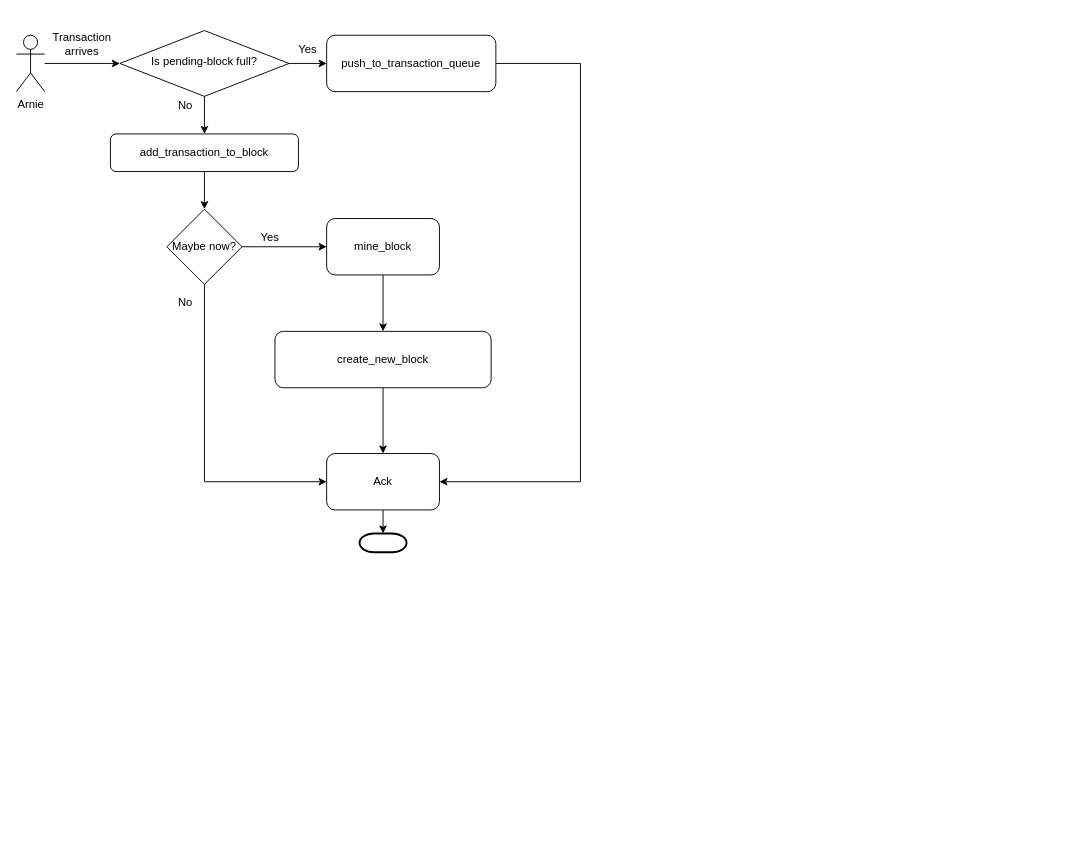
The draw.io diagram transaction_arrival.drawio in georgevidalakis/noobcash-blockchain, before the edit. Source tidied: cells renumbered, new cells numbered last; positions are measured from the earlier drawing's top-left corner, leaving out a move shared by most shapes. Both pictures are drawn from the tidied source at 94%, with x=0, y=0 at pixel (16, 30).
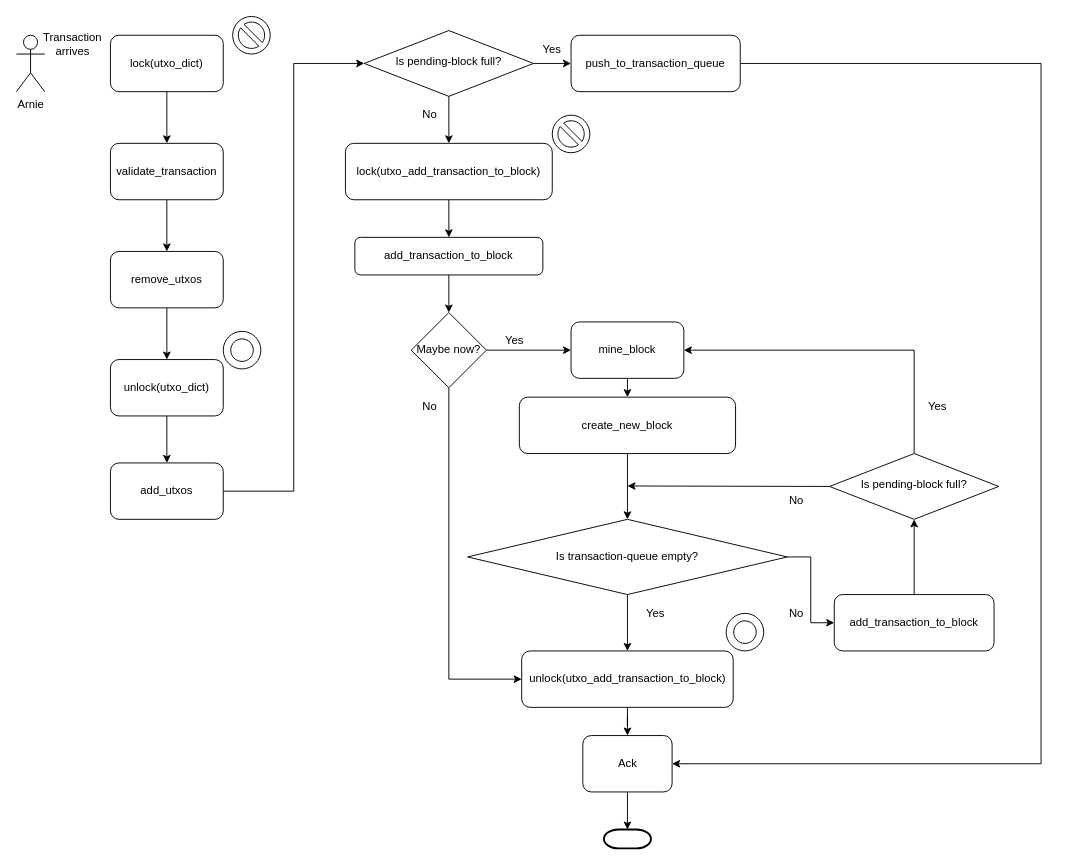
The same page after the edit.

Commit message (it also covers changes not shown here):
receive/create transaction UMLS + (some code), locks

The change refers to these unchanged cells:
```xml
<mxCell id="8" value="Arnie" style="shape=umlActor;verticalLabelPosition=bottom;labelBackgroundColor=#ffffff;verticalAlign=top;html=1;outlineConnect=0;" parent="1" vertex="1">
  <mxGeometry y="5" width="30" height="60" as="geometry" />
</mxCell>
```

The edit, as a diff of the source:
```diff
@@
     <mxCell id="3" value="add_transaction_to_block" style="rounded=1;whiteSpace=wrap;html=1;fontSize=12;glass=0;strokeWidth=1;shadow=0;" parent="1" vertex="1">
-      <mxGeometry x="100" y="110" width="200" height="40" as="geometry" />
+      <mxGeometry x="360" y="220" width="200" height="40" as="geometry" />
     </mxCell>
-    <mxCell id="4" style="edgeStyle=orthogonalEdgeStyle;rounded=0;jettySize=auto;html=1;exitX=0.5;exitY=1;exitDx=0;exitDy=0;entryX=0.5;entryY=0;entryDx=0;entryDy=0;" parent="1" edge="1" source="6" target="3">
-      <mxGeometry relative="1" as="geometry" />
-    </mxCell>
@@
+    <mxCell id="26" style="edgeStyle=orthogonalEdgeStyle;rounded=0;jettySize=auto;html=1;" parent="1" edge="1" source="6" target="43">
+      <mxGeometry relative="1" as="geometry" />
+    </mxCell>
     <mxCell id="6" value="Is pending-block full?" style="rhombus;whiteSpace=wrap;html=1;shadow=0;fontFamily=Helvetica;fontSize=12;align=center;strokeWidth=1;spacing=6;spacingTop=-4;" parent="1" vertex="1">
-      <mxGeometry x="110" width="180" height="70" as="geometry" />
+      <mxGeometry x="370" width="180" height="70" as="geometry" />
     </mxCell>
-    <mxCell id="7" style="edgeStyle=orthogonalEdgeStyle;rounded=0;jettySize=auto;html=1;entryX=0;entryY=0.5;entryDx=0;entryDy=0;" parent="1" edge="1" source="8" target="6">
-      <mxGeometry relative="1" as="geometry" />
-    </mxCell>
@@
     <mxCell id="9" value="Transaction arrives" style="text;html=1;strokeColor=none;fillColor=none;align=center;verticalAlign=middle;whiteSpace=wrap;rounded=0;" parent="1" vertex="1">
-      <mxGeometry x="50" y="5" width="40" height="20" as="geometry" />
+      <mxGeometry x="40" y="5" width="40" height="20" as="geometry" />
     </mxCell>
     <mxCell id="10" value="No" style="text;html=1;strokeColor=none;fillColor=none;align=center;verticalAlign=middle;whiteSpace=wrap;rounded=0;" parent="1" vertex="1">
-      <mxGeometry x="160" y="70" width="40" height="20" as="geometry" />
+      <mxGeometry x="420" y="80" width="40" height="20" as="geometry" />
     </mxCell>
@@
     <mxCell id="13" value="Maybe now?" style="rhombus;whiteSpace=wrap;html=1;" parent="1" vertex="1">
-      <mxGeometry x="160" y="190" width="80" height="80" as="geometry" />
+      <mxGeometry x="420" y="300" width="80" height="80" as="geometry" />
     </mxCell>
     <mxCell id="14" value="Yes" style="text;html=1;strokeColor=none;fillColor=none;align=center;verticalAlign=middle;whiteSpace=wrap;rounded=0;" parent="1" vertex="1">
-      <mxGeometry x="250" y="210" width="40" height="20" as="geometry" />
+      <mxGeometry x="510" y="320" width="40" height="20" as="geometry" />
     </mxCell>
@@
     <mxCell id="16" value="mine_block" style="rounded=1;whiteSpace=wrap;html=1;" parent="1" vertex="1">
-      <mxGeometry x="330" y="200" width="120" height="60" as="geometry" />
+      <mxGeometry x="590" y="310" width="120" height="60" as="geometry" />
     </mxCell>
-    <mxCell id="17" style="edgeStyle=orthogonalEdgeStyle;rounded=0;jettySize=auto;html=1;exitX=0.5;exitY=1;exitDx=0;exitDy=0;entryX=0.5;entryY=0;entryDx=0;entryDy=0;" parent="1" edge="1" source="18" target="24">
-      <mxGeometry relative="1" as="geometry" />
-    </mxCell>
+    <mxCell id="27" style="edgeStyle=orthogonalEdgeStyle;rounded=0;jettySize=auto;html=1;" parent="1" edge="1" source="18" target="47">
+      <mxGeometry relative="1" as="geometry" />
+    </mxCell>
     <mxCell id="18" value="create_new_block" style="rounded=1;whiteSpace=wrap;html=1;" parent="1" vertex="1">
-      <mxGeometry x="275" y="320" width="230" height="60" as="geometry" />
+      <mxGeometry x="535" y="390" width="230" height="60" as="geometry" />
     </mxCell>
-    <mxCell id="19" style="edgeStyle=orthogonalEdgeStyle;rounded=0;jettySize=auto;html=1;entryX=1;entryY=0.5;entryDx=0;entryDy=0;" parent="1" edge="1" source="20" target="24">
-      <mxGeometry relative="1" as="geometry">
-        <Array as="points">
-          <mxPoint x="600" y="35" />
-          <mxPoint x="600" y="480" />
-        </Array>
-      </mxGeometry>
-    </mxCell>
+    <mxCell id="28" style="edgeStyle=orthogonalEdgeStyle;rounded=0;jettySize=auto;html=1;exitX=1;exitY=0.5;exitDx=0;exitDy=0;entryX=1;entryY=0.5;entryDx=0;entryDy=0;" parent="1" edge="1" source="20" target="58">
+      <mxGeometry relative="1" as="geometry">
+        <Array as="points">
+          <mxPoint x="1090" y="35" />
+          <mxPoint x="1090" y="780" />
+        </Array>
+      </mxGeometry>
+    </mxCell>
     <mxCell id="20" value="push_to_transaction_queue" style="rounded=1;whiteSpace=wrap;html=1;" parent="1" vertex="1">
-      <mxGeometry x="330" y="5" width="180" height="60" as="geometry" />
+      <mxGeometry x="590" y="5" width="180" height="60" as="geometry" />
     </mxCell>
     <mxCell id="21" value="No" style="text;html=1;strokeColor=none;fillColor=none;align=center;verticalAlign=middle;whiteSpace=wrap;rounded=0;" parent="1" vertex="1">
-      <mxGeometry x="160" y="280" width="40" height="20" as="geometry" />
+      <mxGeometry x="420" y="390" width="40" height="20" as="geometry" />
     </mxCell>
     <mxCell id="22" style="strokeWidth=2;html=1;shape=mxgraph.flowchart.terminator;whiteSpace=wrap;" parent="1" vertex="1">
-      <mxGeometry x="365" y="535" width="50" height="20" as="geometry" />
+      <mxGeometry x="625" y="850" width="50" height="20" as="geometry" />
     </mxCell>
-    <mxCell id="23" style="edgeStyle=orthogonalEdgeStyle;rounded=0;jettySize=auto;html=1;exitX=0.5;exitY=1;exitDx=0;exitDy=0;entryX=0.5;entryY=0;entryDx=0;entryDy=0;entryPerimeter=0;" parent="1" edge="1" source="24" target="22">
-      <mxGeometry relative="1" as="geometry" />
-    </mxCell>
+    <mxCell id="29" style="edgeStyle=orthogonalEdgeStyle;rounded=0;jettySize=auto;html=1;" parent="1" edge="1" source="24" target="58">
+      <mxGeometry relative="1" as="geometry" />
+    </mxCell>
-    <mxCell id="24" value="Ack" style="rounded=1;whiteSpace=wrap;html=1;" parent="1" vertex="1">
-      <mxGeometry x="330" y="450" width="120" height="60" as="geometry" />
+    <mxCell id="24" value="unlock(utxo_add_transaction_to_block)" style="rounded=1;whiteSpace=wrap;html=1;" parent="1" vertex="1">
+      <mxGeometry x="537.5" y="660" width="225" height="60" as="geometry" />
     </mxCell>
     <mxCell id="25" value="Yes" style="text;html=1;strokeColor=none;fillColor=none;align=center;verticalAlign=middle;whiteSpace=wrap;rounded=0;" parent="1" vertex="1">
-      <mxGeometry x="290" y="10" width="40" height="20" as="geometry" />
+      <mxGeometry x="550" y="10" width="40" height="20" as="geometry" />
     </mxCell>
+    <mxCell id="30" style="edgeStyle=orthogonalEdgeStyle;rounded=0;jettySize=auto;html=1;exitX=0.5;exitY=1;exitDx=0;exitDy=0;" parent="1" edge="1" source="31" target="33">
+      <mxGeometry relative="1" as="geometry" />
+    </mxCell>
+    <mxCell id="31" value="validate_transaction" style="rounded=1;whiteSpace=wrap;html=1;" parent="1" vertex="1">
+      <mxGeometry x="100" y="120" width="120" height="60" as="geometry" />
+    </mxCell>
+    <mxCell id="32" style="edgeStyle=orthogonalEdgeStyle;rounded=0;jettySize=auto;html=1;exitX=0.5;exitY=1;exitDx=0;exitDy=0;entryX=0.5;entryY=0;entryDx=0;entryDy=0;" parent="1" edge="1" source="33" target="40">
+      <mxGeometry relative="1" as="geometry" />
+    </mxCell>
+    <mxCell id="33" value="remove_utxos" style="rounded=1;whiteSpace=wrap;html=1;" parent="1" vertex="1">
+      <mxGeometry x="100" y="235" width="120" height="60" as="geometry" />
+    </mxCell>
+    <mxCell id="34" style="edgeStyle=orthogonalEdgeStyle;rounded=0;jettySize=auto;html=1;exitX=1;exitY=0.5;exitDx=0;exitDy=0;entryX=0;entryY=0.5;entryDx=0;entryDy=0;" parent="1" edge="1" source="35" target="6">
+      <mxGeometry relative="1" as="geometry" />
+    </mxCell>
+    <mxCell id="35" value="add_utxos" style="rounded=1;whiteSpace=wrap;html=1;" parent="1" vertex="1">
+      <mxGeometry x="100" y="460" width="120" height="60" as="geometry" />
+    </mxCell>
+    <mxCell id="36" style="verticalLabelPosition=bottom;verticalAlign=top;html=1;shape=mxgraph.basic.no_symbol;" parent="1" vertex="1">
+      <mxGeometry x="230" y="-15" width="40" height="40" as="geometry" />
+    </mxCell>
+    <mxCell id="37" style="edgeStyle=orthogonalEdgeStyle;rounded=0;jettySize=auto;html=1;exitX=0.5;exitY=1;exitDx=0;exitDy=0;" parent="1" edge="1" source="38" target="31">
+      <mxGeometry relative="1" as="geometry" />
+    </mxCell>
+    <mxCell id="38" value="lock(utxo_dict)" style="rounded=1;whiteSpace=wrap;html=1;" parent="1" vertex="1">
+      <mxGeometry x="100" y="5" width="120" height="60" as="geometry" />
+    </mxCell>
+    <mxCell id="39" style="edgeStyle=orthogonalEdgeStyle;rounded=0;jettySize=auto;html=1;" parent="1" edge="1" source="40" target="35">
+      <mxGeometry relative="1" as="geometry" />
+    </mxCell>
+    <mxCell id="40" value="unlock(utxo_dict)" style="rounded=1;whiteSpace=wrap;html=1;" parent="1" vertex="1">
+      <mxGeometry x="100" y="350" width="120" height="60" as="geometry" />
+    </mxCell>
+    <mxCell id="41" style="verticalLabelPosition=bottom;verticalAlign=top;html=1;shape=mxgraph.basic.donut;dx=8;" parent="1" vertex="1">
+      <mxGeometry x="220" y="320" width="40" height="40" as="geometry" />
+    </mxCell>
+    <mxCell id="42" style="edgeStyle=orthogonalEdgeStyle;rounded=0;jettySize=auto;html=1;" parent="1" edge="1" source="43" target="3">
+      <mxGeometry relative="1" as="geometry" />
+    </mxCell>
+    <mxCell id="43" value="lock(utxo_add_transaction_to_block)" style="rounded=1;whiteSpace=wrap;html=1;" parent="1" vertex="1">
+      <mxGeometry x="350" y="120" width="220" height="60" as="geometry" />
+    </mxCell>
+    <mxCell id="44" style="verticalLabelPosition=bottom;verticalAlign=top;html=1;shape=mxgraph.basic.no_symbol;" parent="1" vertex="1">
+      <mxGeometry x="570" y="90" width="40" height="40" as="geometry" />
+    </mxCell>
+    <mxCell id="45" style="edgeStyle=orthogonalEdgeStyle;rounded=0;jettySize=auto;html=1;" parent="1" edge="1" source="47" target="24">
+      <mxGeometry relative="1" as="geometry" />
+    </mxCell>
+    <mxCell id="46" style="edgeStyle=orthogonalEdgeStyle;rounded=0;jettySize=auto;html=1;" parent="1" edge="1" source="47" target="50">
+      <mxGeometry relative="1" as="geometry" />
+    </mxCell>
+    <mxCell id="47" value="Is transaction-queue empty?" style="rhombus;whiteSpace=wrap;html=1;" parent="1" vertex="1">
+      <mxGeometry x="480" y="520" width="340" height="80" as="geometry" />
+    </mxCell>
+    <mxCell id="48" value="Yes" style="text;html=1;strokeColor=none;fillColor=none;align=center;verticalAlign=middle;whiteSpace=wrap;rounded=0;" parent="1" vertex="1">
+      <mxGeometry x="660" y="610" width="40" height="20" as="geometry" />
+    </mxCell>
+    <mxCell id="49" style="edgeStyle=orthogonalEdgeStyle;rounded=0;jettySize=auto;html=1;" parent="1" edge="1" source="50" target="53">
+      <mxGeometry relative="1" as="geometry" />
+    </mxCell>
+    <mxCell id="50" value="add_transaction_to_block" style="rounded=1;whiteSpace=wrap;html=1;" parent="1" vertex="1">
+      <mxGeometry x="870" y="600" width="170" height="60" as="geometry" />
+    </mxCell>
+    <mxCell id="51" style="edgeStyle=orthogonalEdgeStyle;rounded=0;jettySize=auto;html=1;exitX=0.5;exitY=0;exitDx=0;exitDy=0;entryX=1;entryY=0.5;entryDx=0;entryDy=0;" parent="1" edge="1" source="53" target="16">
+      <mxGeometry relative="1" as="geometry" />
+    </mxCell>
+    <mxCell id="52" style="edgeStyle=orthogonalEdgeStyle;rounded=0;jettySize=auto;html=1;exitX=0;exitY=0.5;exitDx=0;exitDy=0;" parent="1" edge="1" source="53">
+      <mxGeometry relative="1" as="geometry">
+        <mxPoint x="650" y="484.5" as="targetPoint" />
+      </mxGeometry>
+    </mxCell>
+    <mxCell id="53" value="Is pending-block full?" style="rhombus;whiteSpace=wrap;html=1;shadow=0;fontFamily=Helvetica;fontSize=12;align=center;strokeWidth=1;spacing=6;spacingTop=-4;" parent="1" vertex="1">
+      <mxGeometry x="865" y="450" width="180" height="70" as="geometry" />
+    </mxCell>
+    <mxCell id="54" value="No" style="text;html=1;strokeColor=none;fillColor=none;align=center;verticalAlign=middle;whiteSpace=wrap;rounded=0;" parent="1" vertex="1">
+      <mxGeometry x="810" y="490" width="40" height="20" as="geometry" />
+    </mxCell>
+    <mxCell id="55" value="No" style="text;html=1;strokeColor=none;fillColor=none;align=center;verticalAlign=middle;whiteSpace=wrap;rounded=0;" parent="1" vertex="1">
+      <mxGeometry x="810" y="610" width="40" height="20" as="geometry" />
+    </mxCell>
+    <mxCell id="56" value="Yes" style="text;html=1;strokeColor=none;fillColor=none;align=center;verticalAlign=middle;whiteSpace=wrap;rounded=0;" parent="1" vertex="1">
+      <mxGeometry x="960" y="390" width="40" height="20" as="geometry" />
+    </mxCell>
+    <mxCell id="57" style="edgeStyle=orthogonalEdgeStyle;rounded=0;jettySize=auto;html=1;exitX=0.5;exitY=1;exitDx=0;exitDy=0;entryX=0.5;entryY=0;entryDx=0;entryDy=0;entryPerimeter=0;" parent="1" edge="1" source="58" target="22">
+      <mxGeometry relative="1" as="geometry" />
+    </mxCell>
+    <mxCell id="58" value="Ack" style="rounded=1;whiteSpace=wrap;html=1;" parent="1" vertex="1">
+      <mxGeometry x="602.5" y="750" width="95" height="60" as="geometry" />
+    </mxCell>
+    <mxCell id="59" style="verticalLabelPosition=bottom;verticalAlign=top;html=1;shape=mxgraph.basic.donut;dx=8;" parent="1" vertex="1">
+      <mxGeometry x="755" y="620" width="40" height="40" as="geometry" />
+    </mxCell>
```
